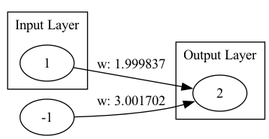
Above: genome_graph.png in malikAkurtz/TradingSystem (Graphviz), before the change. Its source is kept beside it as genome_graph.dot.
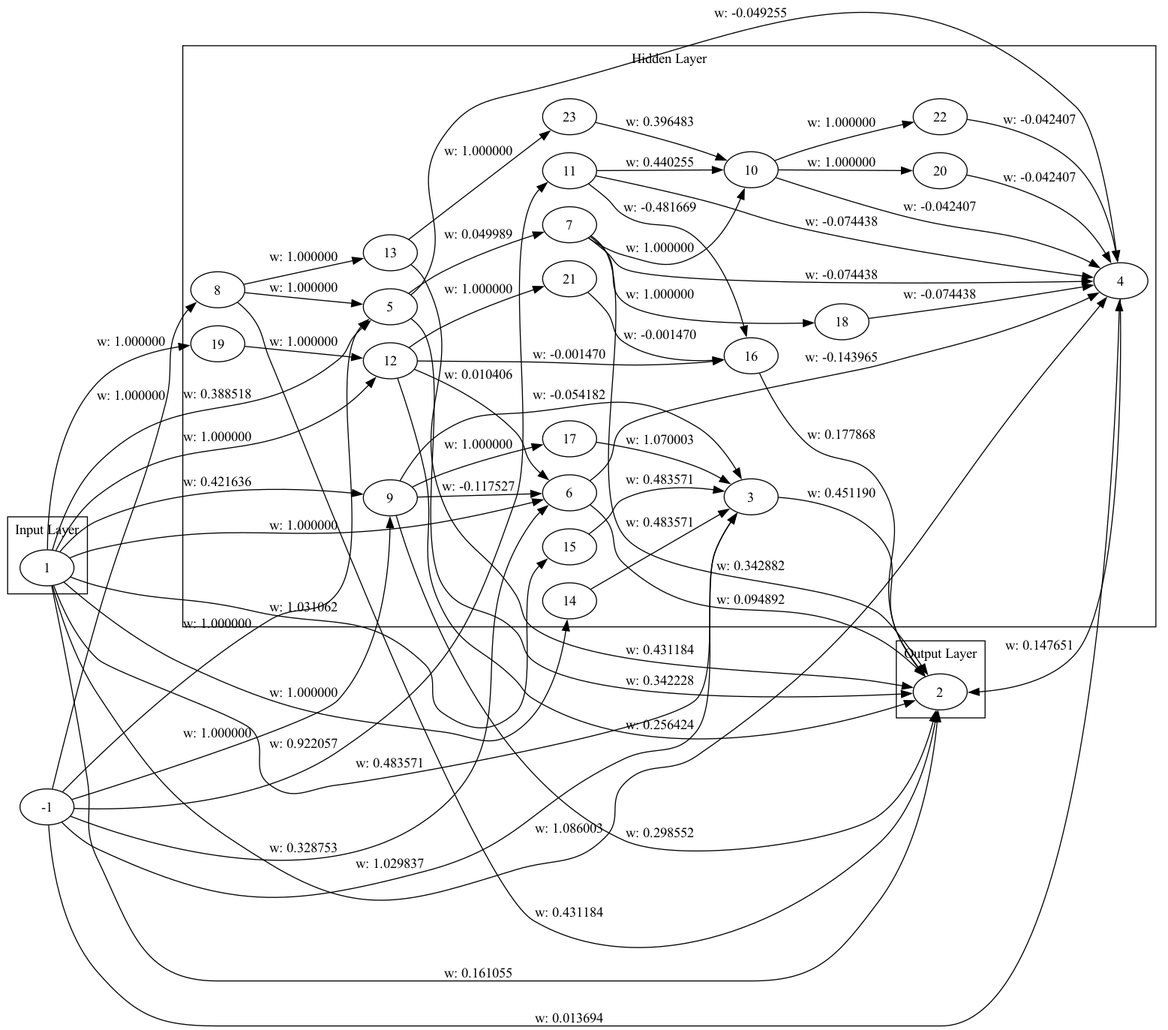
Above is the later version.

Change to the diagram source:
```diff
@@ -6,11 +6,87 @@
   }
   subgraph cluster_1 {
     label="Hidden Layer";
+    3;
+    4;
+    5;
+    6;
+    7;
+    8;
+    9;
+    10;
+    11;
+    12;
+    13;
+    14;
+    15;
+    16;
+    17;
+    18;
+    19;
+    20;
+    21;
+    22;
+    23;
   }
   subgraph cluster_2 {
     label="Output Layer";
     2;
   }
-  1 -> 2 [label="w: 1.999837"];
-  -1 -> 2 [label="w: 3.001702"];
+  1 -> 2 [label="w: 0.161055"];
+  -1 -> 3 [label="w: 1.029837"];
+  3 -> 2 [label="w: 0.451190"];
+  1 -> 3 [label="w: 0.483571"];
+  1 -> 4 [label="w: 1.086003"];
+  4 -> 2 [label="w: 0.147651"];
+  -1 -> 4 [label="w: 0.013694"];
+  -1 -> 5 [label="w: 1.000000"];
+  5 -> 4 [label="w: -0.049255"];
+  5 -> 2 [label="w: 0.342228"];
+  1 -> 6 [label="w: 1.000000"];
+  6 -> 2 [label="w: 0.094892"];
+  6 -> 4 [label="w: -0.143965"];
+  5 -> 7 [label="w: 0.049989"];
+  7 -> 4 [label="w: -0.074438"];
+  -1 -> 8 [label="w: 1.000000"];
+  8 -> 5 [label="w: 1.000000"];
+  -1 -> 6 [label="w: 0.328753"];
+  -1 -> 9 [label="w: 1.000000"];
+  9 -> 3 [label="w: -0.054182"];
+  9 -> 2 [label="w: 0.298552"];
+  1 -> 9 [label="w: 0.421636"];
+  7 -> 10 [label="w: 1.000000"];
+  10 -> 4 [label="w: -0.042407"];
+  1 -> 5 [label="w: 0.388518"];
+  8 -> 2 [label="w: 0.431184"];
+  -1 -> 11 [label="w: 0.922057"];
+  11 -> 4 [label="w: -0.074438"];
+  1 -> 12 [label="w: 1.000000"];
+  12 -> 6 [label="w: 0.010406"];
+  9 -> 6 [label="w: -0.117527"];
+  8 -> 13 [label="w: 1.000000"];
+  13 -> 2 [label="w: 0.431184"];
+  11 -> 10 [label="w: 0.440255"];
+  1 -> 14 [label="w: 1.000000"];
+  14 -> 3 [label="w: 0.483571"];
+  12 -> 2 [label="w: 0.256424"];
+  1 -> 15 [label="w: 1.031062"];
+  15 -> 3 [label="w: 0.483571"];
+  12 -> 16 [label="w: -0.001470"];
+  16 -> 2 [label="w: 0.177868"];
+  11 -> 16 [label="w: -0.481669"];
+  9 -> 17 [label="w: 1.000000"];
+  17 -> 3 [label="w: 1.070003"];
+  7 -> 2 [label="w: 0.342882"];
+  7 -> 18 [label="w: 1.000000"];
+  18 -> 4 [label="w: -0.074438"];
+  1 -> 19 [label="w: 1.000000"];
+  19 -> 12 [label="w: 1.000000"];
+  10 -> 20 [label="w: 1.000000"];
+  20 -> 4 [label="w: -0.042407"];
+  12 -> 21 [label="w: 1.000000"];
+  21 -> 16 [label="w: -0.001470"];
+  10 -> 22 [label="w: 1.000000"];
+  22 -> 4 [label="w: -0.042407"];
+  13 -> 23 [label="w: 1.000000"];
+  23 -> 10 [label="w: 0.396483"];
 }
```
